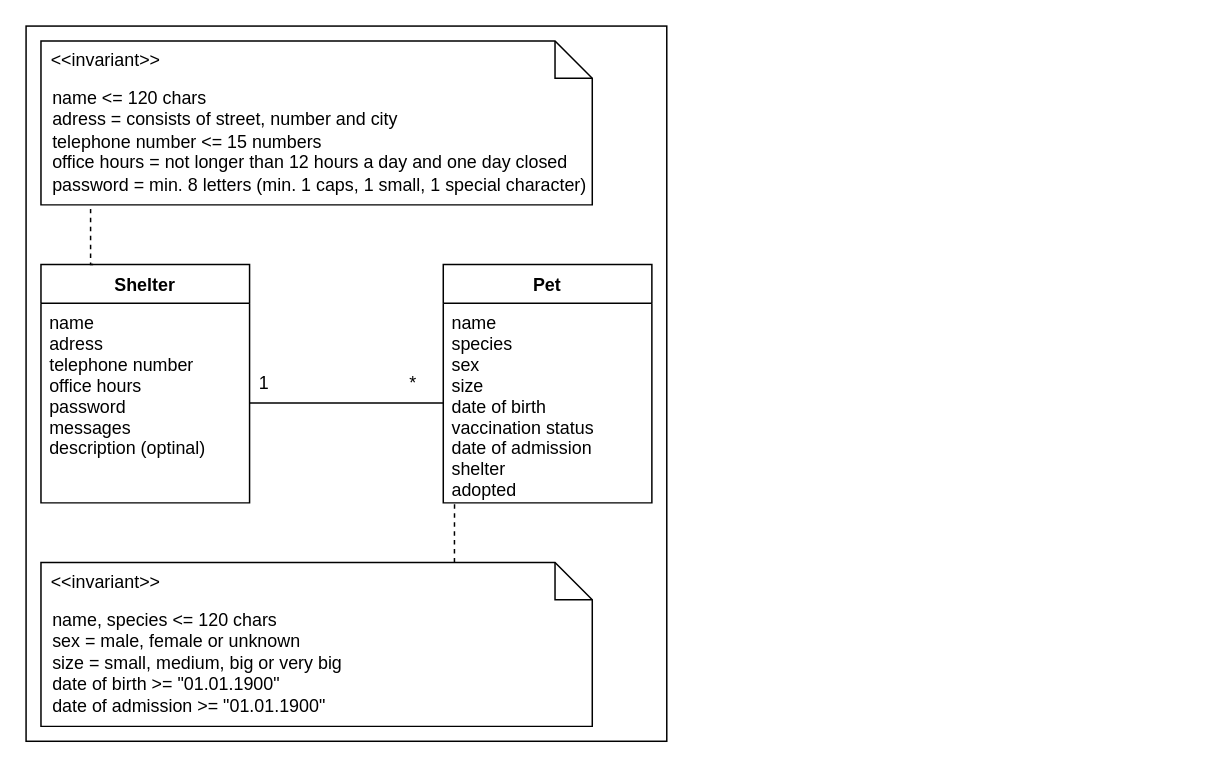
Rudolchr/Adopets keeps this draw.io diagram as Domain_Information_Model.drawio. Above is the earlier version. Source tidied: cells renumbered, new cells numbered last; positions are measured from the earlier drawing's top-left corner, leaving out a move shared by most shapes. Both pictures are drawn from the tidied source at 149%, with x=0, y=0 at pixel (25, 25).
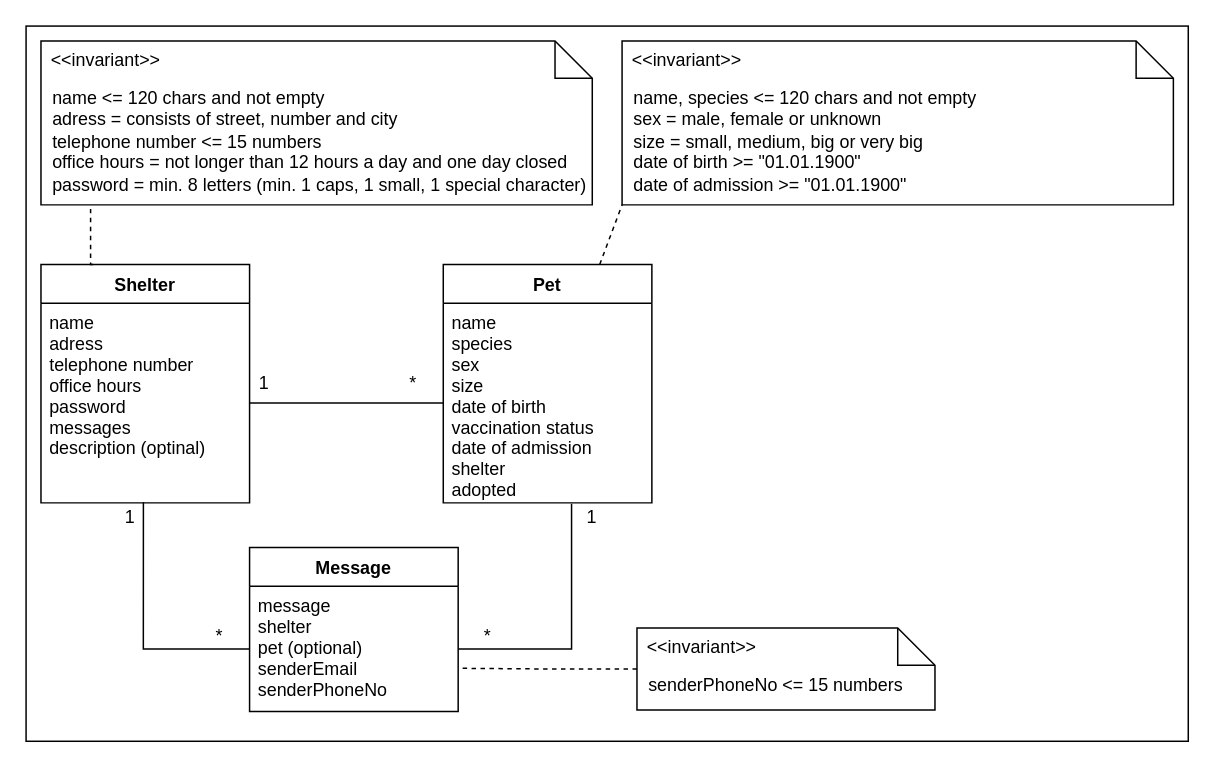
The same page after the edit.

Commit message (it also covers changes not shown here):
seperated the diagrams and added to README

The change refers to these unchanged cells:
```xml
<mxCell id="5" value="name&#10;adress&#10;telephone number&#10;office hours&#10;password&#10;messages&#10;description (optinal)" style="text;strokeColor=none;fillColor=none;align=left;verticalAlign=top;spacingLeft=4;spacingRight=4;overflow=hidden;points=[[0,0.5],[1,0.5]];portConstraint=eastwest;" parent="4" vertex="1">
  <mxGeometry y="26" width="140" height="134" as="geometry" />
</mxCell>
<mxCell id="6" value="Pet" style="swimlane;fontStyle=1;horizontal=1;startSize=26;fillColor=none;" parent="1" vertex="1">
  <mxGeometry x="280" y="160" width="140" height="160" as="geometry" />
</mxCell>
<mxCell id="7" value="name&#10;species&#10;sex&#10;size&#10;date of birth&#10;vaccination status&#10;date of admission&#10;shelter&#10;adopted" style="text;strokeColor=none;fillColor=none;align=left;verticalAlign=top;spacingLeft=4;spacingRight=4;overflow=hidden;points=[[0,0.5],[1,0.5]];portConstraint=eastwest;" parent="6" vertex="1">
  <mxGeometry y="26" width="140" height="134" as="geometry" />
</mxCell>
<mxCell id="14" value="&lt;&lt;invariant&gt;&gt;" style="strokeColor=none;fillColor=none;align=left;spacingLeft=5;" parent="13" vertex="1">
  <mxGeometry width="370" height="25" relative="1" as="geometry" />
</mxCell>
```

Diff of the diagram source:
```diff
@@
     <mxCell id="2" style="rounded=0;whiteSpace=wrap;html=1;" parent="1" vertex="1">
-      <mxGeometry width="430" height="480" as="geometry" />
+      <mxGeometry width="780" height="480" as="geometry" />
     </mxCell>
@@
+    <mxCell id="16" style="rounded=0;jettySize=auto;html=1;exitX=0.75;exitY=0;exitDx=0;exitDy=0;entryX=0;entryY=1;entryDx=0;entryDy=0;entryPerimeter=0;dashed=1;endArrow=none;endFill=0;" parent="1" edge="1" source="6" target="13">
+      <mxGeometry relative="1" as="geometry" />
+    </mxCell>
@@
-    <mxCell id="11" value="name &amp;lt;= 120 chars&lt;br&gt;adress = consists of street, number and city&lt;br&gt;telephone number &amp;lt;= 15 numbers&lt;br&gt;office hours = not longer than 12 hours a day and one day closed&lt;br&gt;password = min. 8 letters (min. 1 caps, 1 small, 1 special character)" style="shape=note2;boundedLbl=1;whiteSpace=wrap;html=1;size=25;verticalAlign=top;align=left;spacingLeft=6;" parent="1" vertex="1">
+    <mxCell id="11" value="name &amp;lt;= 120 chars and not empty&lt;br&gt;adress = consists of street, number and city&lt;br&gt;telephone number &amp;lt;= 15 numbers&lt;br&gt;office hours = not longer than 12 hours a day and one day closed&lt;br&gt;password = min. 8 letters (min. 1 caps, 1 small, 1 special character)" style="shape=note2;boundedLbl=1;whiteSpace=wrap;html=1;size=25;verticalAlign=top;align=left;spacingLeft=6;" parent="1" vertex="1">
       <mxGeometry x="10" y="10" width="370" height="110" as="geometry" />
     </mxCell>
@@
-    <mxCell id="13" value="name, species &amp;lt;= 120 chars&lt;br&gt;sex = male, female or unknown&lt;br&gt;size = small, medium, big or very big&lt;br&gt;date of birth &amp;gt;= &quot;01.01.1900&quot;&lt;br&gt;date of admission &amp;gt;= &quot;01.01.1900&quot;" style="shape=note2;boundedLbl=1;whiteSpace=wrap;html=1;size=25;verticalAlign=top;align=left;spacingLeft=6;" parent="1" vertex="1">
-      <mxGeometry x="10" y="360" width="370" height="110" as="geometry" />
+    <mxCell id="13" value="name, species &amp;lt;= 120 chars and not empty&lt;br&gt;sex = male, female or unknown&lt;br&gt;size = small, medium, big or very big&lt;br&gt;date of birth &amp;gt;= &quot;01.01.1900&quot;&lt;br&gt;date of admission &amp;gt;= &quot;01.01.1900&quot;" style="shape=note2;boundedLbl=1;whiteSpace=wrap;html=1;size=25;verticalAlign=top;align=left;spacingLeft=6;" parent="1" vertex="1">
+      <mxGeometry x="400" y="10" width="370" height="110" as="geometry" />
     </mxCell>
@@
-    <mxCell id="15" style="edgeStyle=orthogonalEdgeStyle;rounded=0;jettySize=auto;html=1;exitX=0.75;exitY=0;exitDx=0;exitDy=0;entryX=0.054;entryY=0.999;entryDx=0;entryDy=0;entryPerimeter=0;endArrow=none;endFill=0;dashed=1;" parent="13" edge="1" source="14" target="7">
-      <mxGeometry relative="1" as="geometry" />
-    </mxCell>
+    <mxCell id="17" value="Message" style="swimlane;fontStyle=1;horizontal=1;startSize=26;fillColor=none;" parent="1" vertex="1">
+      <mxGeometry x="150" y="350" width="140" height="110" as="geometry" />
+    </mxCell>
+    <mxCell id="18" value="message&#10;shelter&#10;pet (optional)&#10;senderEmail&#10;senderPhoneNo" style="text;strokeColor=none;fillColor=none;align=left;verticalAlign=top;spacingLeft=4;spacingRight=4;overflow=hidden;points=[[0,0.5],[1,0.5]];portConstraint=eastwest;" parent="17" vertex="1">
+      <mxGeometry y="26" width="140" height="84" as="geometry" />
+    </mxCell>
+    <mxCell id="19" style="edgeStyle=orthogonalEdgeStyle;rounded=0;jettySize=auto;html=1;exitX=0;exitY=0.5;exitDx=0;exitDy=0;entryX=0.491;entryY=0.997;entryDx=0;entryDy=0;entryPerimeter=0;endArrow=none;endFill=0;" parent="1" edge="1" source="18" target="5">
+      <mxGeometry relative="1" as="geometry" />
+    </mxCell>
+    <mxCell id="20" style="edgeStyle=orthogonalEdgeStyle;rounded=0;jettySize=auto;html=1;exitX=1;exitY=0.5;exitDx=0;exitDy=0;entryX=0.615;entryY=1.005;entryDx=0;entryDy=0;entryPerimeter=0;endArrow=none;endFill=0;" parent="1" edge="1" source="18" target="7">
+      <mxGeometry relative="1" as="geometry" />
+    </mxCell>
+    <mxCell id="21" value="*" style="text;html=1;strokeColor=none;fillColor=none;align=center;verticalAlign=middle;whiteSpace=wrap;rounded=0;" parent="1" vertex="1">
+      <mxGeometry x="110" y="400" width="40" height="20" as="geometry" />
+    </mxCell>
+    <mxCell id="22" value="1" style="text;html=1;strokeColor=none;fillColor=none;align=center;verticalAlign=middle;whiteSpace=wrap;rounded=0;" parent="1" vertex="1">
+      <mxGeometry x="50" y="320" width="40" height="20" as="geometry" />
+    </mxCell>
+    <mxCell id="23" value="*" style="text;html=1;strokeColor=none;fillColor=none;align=center;verticalAlign=middle;whiteSpace=wrap;rounded=0;" parent="1" vertex="1">
+      <mxGeometry x="290" y="400" width="40" height="20" as="geometry" />
+    </mxCell>
+    <mxCell id="24" value="1" style="text;html=1;strokeColor=none;fillColor=none;align=center;verticalAlign=middle;whiteSpace=wrap;rounded=0;" parent="1" vertex="1">
+      <mxGeometry x="360" y="320" width="40" height="20" as="geometry" />
+    </mxCell>
+    <mxCell id="25" style="edgeStyle=orthogonalEdgeStyle;rounded=0;jettySize=auto;html=1;exitX=0;exitY=0.5;exitDx=0;exitDy=0;exitPerimeter=0;entryX=1.005;entryY=0.655;entryDx=0;entryDy=0;entryPerimeter=0;endArrow=none;endFill=0;dashed=1;" parent="1" edge="1" source="26" target="18">
+      <mxGeometry relative="1" as="geometry" />
+    </mxCell>
+    <mxCell id="26" value="senderPhoneNo &amp;lt;= 15 numbers&lt;br&gt;" style="shape=note2;boundedLbl=1;whiteSpace=wrap;html=1;size=25;verticalAlign=top;align=left;spacingLeft=6;" parent="1" vertex="1">
+      <mxGeometry x="410" y="404" width="200" height="55" as="geometry" />
+    </mxCell>
+    <mxCell id="27" value="&lt;&lt;invariant&gt;&gt;" style="strokeColor=none;fillColor=none;align=left;spacingLeft=5;" parent="26" vertex="1">
+      <mxGeometry width="200" height="25" relative="1" as="geometry" />
+    </mxCell>
```
